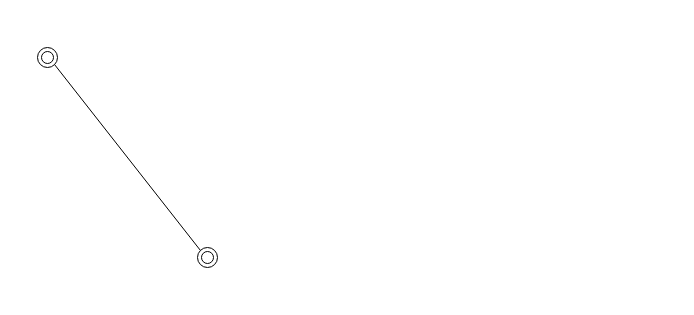
This is 名称未設定ファイル.drawio from chainsawsteel1/chainsawsteel1, a draw.io file, before an edit. Source tidied: cells renumbered, new cells numbered last; positions are measured from the earlier drawing's top-left corner, leaving out a move shared by most shapes. Both pictures are drawn from the tidied source at 100%, with x=0, y=0 at pixel (37, 47).
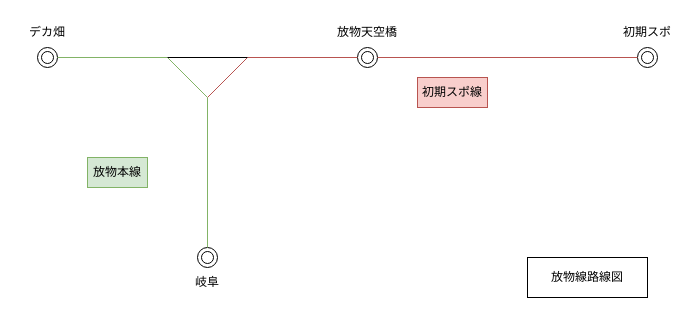
The same diagram, later.

Commit message (it also covers changes not shown here):
名称未設定ファイル.drawio を更新します

The change refers to these unchanged cells:
```xml
<mxCell id="2" style="ellipse;shape=doubleEllipse;whiteSpace=wrap;html=1;" parent="1" vertex="1">
  <mxGeometry width="20" height="20" as="geometry" />
</mxCell>
<mxCell id="3" style="ellipse;shape=doubleEllipse;whiteSpace=wrap;html=1;" parent="1" vertex="1">
  <mxGeometry x="160" y="200" width="20" height="20" as="geometry" />
</mxCell>
```

What changed in the source:
```diff
@@
-    <mxCell id="4" style="endArrow=none;html=1;rounded=0;entryX=1;entryY=1;entryDx=0;entryDy=0;exitX=0;exitY=0;exitDx=0;exitDy=0;" parent="1" edge="1" source="3" target="2">
-      <mxGeometry relative="1" as="geometry" />
-    </mxCell>
+    <mxCell id="5" style="ellipse;shape=doubleEllipse;whiteSpace=wrap;html=1;" parent="1" vertex="1">
+      <mxGeometry x="600" width="20" height="20" as="geometry" />
+    </mxCell>
+    <mxCell id="6" style="ellipse;shape=doubleEllipse;whiteSpace=wrap;html=1;" parent="1" vertex="1">
+      <mxGeometry x="320" width="20" height="20" as="geometry" />
+    </mxCell>
+    <mxCell id="7" style="endArrow=none;html=1;rounded=0;exitX=0.5;exitY=0;exitDx=0;exitDy=0;fillColor=#d5e8d4;strokeColor=#82b366;" parent="1" edge="1" source="3">
+      <mxGeometry relative="1" as="geometry">
+        <mxPoint x="170" y="50" as="targetPoint" />
+      </mxGeometry>
+    </mxCell>
+    <mxCell id="8" style="endArrow=none;html=1;rounded=0;entryX=0;entryY=0.5;entryDx=0;entryDy=0;fillColor=#f8cecc;strokeColor=#b85450;" parent="1" edge="1" target="6">
+      <mxGeometry relative="1" as="geometry">
+        <mxPoint x="170" y="50" as="sourcePoint" />
+        <Array as="points">
+          <mxPoint x="210" y="10" />
+        </Array>
+      </mxGeometry>
+    </mxCell>
+    <mxCell id="9" style="endArrow=none;html=1;rounded=0;entryX=0;entryY=0.5;entryDx=0;entryDy=0;exitX=1;exitY=0.5;exitDx=0;exitDy=0;fillColor=#f8cecc;strokeColor=#b85450;" parent="1" edge="1" source="6" target="5">
+      <mxGeometry relative="1" as="geometry" />
+    </mxCell>
+    <mxCell id="10" style="endArrow=none;html=1;rounded=0;entryX=1;entryY=0.5;entryDx=0;entryDy=0;fillColor=#d5e8d4;strokeColor=#82b366;" parent="1" edge="1" target="2">
+      <mxGeometry relative="1" as="geometry">
+        <mxPoint x="170" y="50" as="sourcePoint" />
+        <Array as="points">
+          <mxPoint x="130" y="10" />
+        </Array>
+      </mxGeometry>
+    </mxCell>
+    <mxCell id="11" style="endArrow=none;html=1;rounded=0;" parent="1" edge="1">
+      <mxGeometry relative="1" as="geometry">
+        <mxPoint x="130" y="10" as="sourcePoint" />
+        <mxPoint x="210" y="10" as="targetPoint" />
+      </mxGeometry>
+    </mxCell>
+    <mxCell id="12" value="デカ畑" style="text;html=1;align=center;verticalAlign=middle;whiteSpace=wrap;rounded=0;" parent="1" vertex="1">
+      <mxGeometry x="-20" y="-30" width="60" height="30" as="geometry" />
+    </mxCell>
+    <mxCell id="13" value="岐阜" style="text;html=1;align=center;verticalAlign=middle;whiteSpace=wrap;rounded=0;" parent="1" vertex="1">
+      <mxGeometry x="140" y="220" width="60" height="30" as="geometry" />
+    </mxCell>
+    <mxCell id="14" value="放物天空橋" style="text;html=1;align=center;verticalAlign=middle;whiteSpace=wrap;rounded=0;" parent="1" vertex="1">
+      <mxGeometry x="295" y="-30" width="70" height="30" as="geometry" />
+    </mxCell>
+    <mxCell id="15" value="初期スポ" style="text;html=1;align=center;verticalAlign=middle;whiteSpace=wrap;rounded=0;" parent="1" vertex="1">
+      <mxGeometry x="580" y="-30" width="60" height="30" as="geometry" />
+    </mxCell>
+    <mxCell id="16" value="放物本線" style="text;html=1;align=center;verticalAlign=middle;whiteSpace=wrap;rounded=0;fillColor=#d5e8d4;strokeColor=#82b366;" parent="1" vertex="1">
+      <mxGeometry x="50" y="110" width="60" height="30" as="geometry" />
+    </mxCell>
+    <mxCell id="17" value="初期スポ線" style="text;html=1;align=center;verticalAlign=middle;whiteSpace=wrap;rounded=0;fillColor=#f8cecc;strokeColor=#b85450;" parent="1" vertex="1">
+      <mxGeometry x="380" y="30" width="70" height="30" as="geometry" />
+    </mxCell>
+    <mxCell id="18" value="放物線路線図" style="rounded=0;whiteSpace=wrap;html=1;" parent="1" vertex="1">
+      <mxGeometry x="490" y="210" width="120" height="40" as="geometry" />
+    </mxCell>
```
